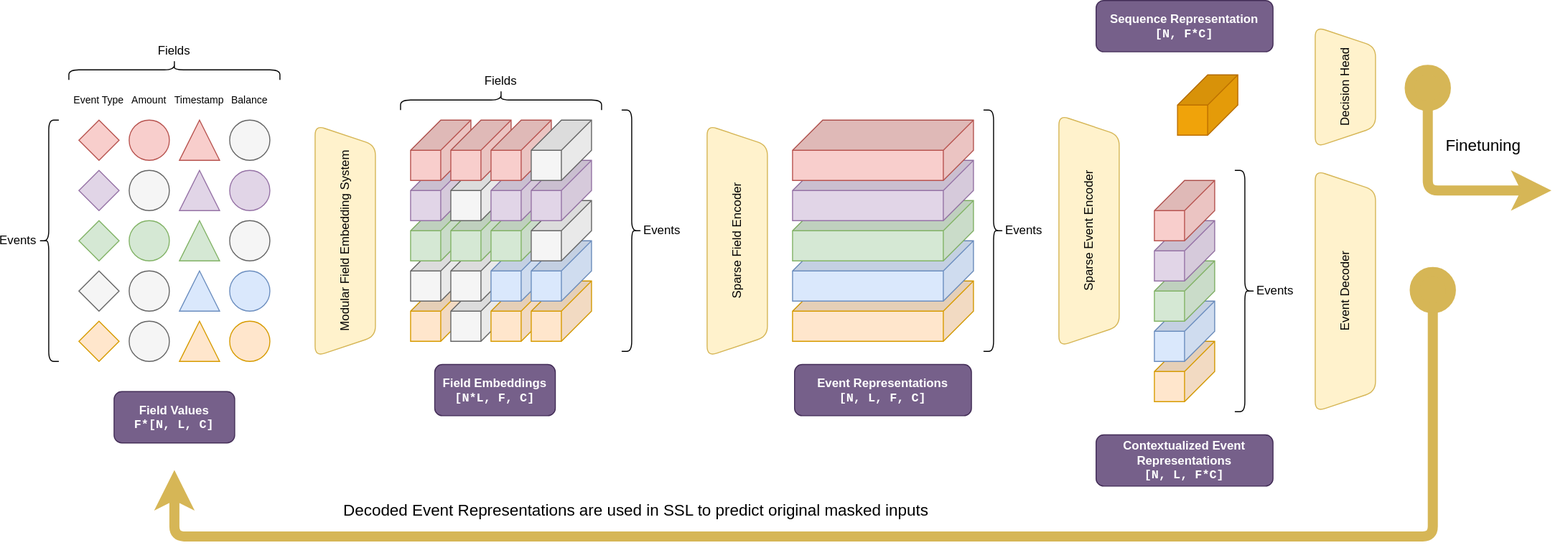
Earlier version of the draw.io export docs/diagrams/architecture.drawio.svg (granthamtaylor/windmark). Source tidied: cells renumbered, new cells last; positions are measured from the earlier drawing's top-left corner, leaving out a move shared by most shapes.
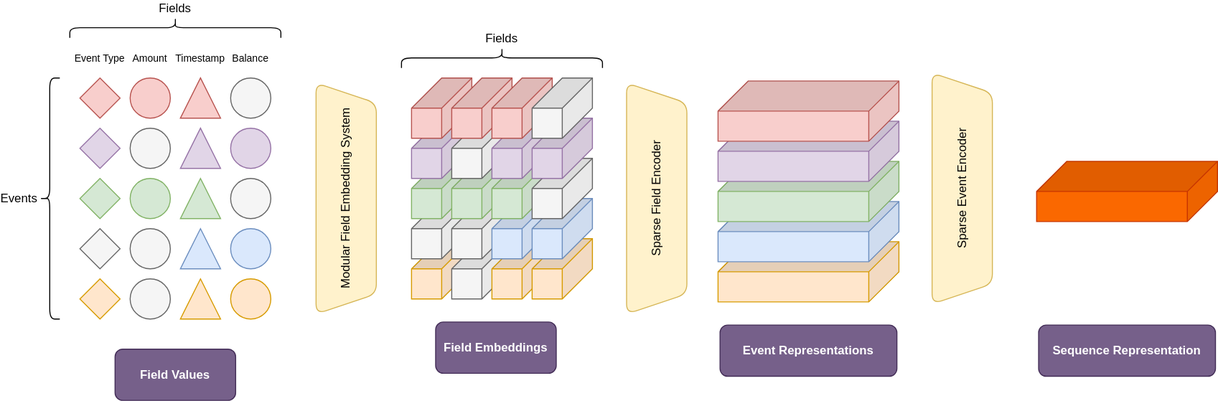
Later version of the same file.

The edit, as a diff of the source:
```diff
@@ -126,35 +126,26 @@
       <mxGeometry x="490" y="119" width="60" height="60" as="geometry" />
     </mxCell>
     <mxCell id="43" value="Sparse Field Encoder" style="shape=trapezoid;perimeter=trapezoidPerimeter;whiteSpace=wrap;html=1;fixedSize=1;rounded=1;flipH=0;flipV=1;fillColor=#fff2cc;strokeColor=#d6b656;rotation=-90;" parent="1" vertex="1">
-      <mxGeometry x="580" y="209" width="230" height="60" as="geometry" />
+      <mxGeometry x="499" y="209" width="230" height="60" as="geometry" />
     </mxCell>
     <mxCell id="44" style="shape=cube;whiteSpace=wrap;html=1;boundedLbl=1;backgroundOutline=1;darkOpacity=0.05;darkOpacity2=0.1;rounded=1;rotation=90;size=30;fillColor=#ffe6cc;strokeColor=#d79b00;" parent="1" vertex="1">
-      <mxGeometry x="810" y="219" width="60" height="180" as="geometry" />
+      <mxGeometry x="735" y="222" width="60" height="180" as="geometry" />
     </mxCell>
     <mxCell id="45" style="shape=cube;whiteSpace=wrap;html=1;boundedLbl=1;backgroundOutline=1;darkOpacity=0.05;darkOpacity2=0.1;rounded=1;rotation=90;size=30;fillColor=#dae8fc;strokeColor=#6c8ebf;" parent="1" vertex="1">
-      <mxGeometry x="810" y="179" width="60" height="180" as="geometry" />
+      <mxGeometry x="735" y="182" width="60" height="180" as="geometry" />
     </mxCell>
     <mxCell id="46" style="shape=cube;whiteSpace=wrap;html=1;boundedLbl=1;backgroundOutline=1;darkOpacity=0.05;darkOpacity2=0.1;rounded=1;rotation=90;size=30;fillColor=#d5e8d4;strokeColor=#82b366;" parent="1" vertex="1">
-      <mxGeometry x="810" y="139" width="60" height="180" as="geometry" />
+      <mxGeometry x="735" y="142" width="60" height="180" as="geometry" />
     </mxCell>
     <mxCell id="47" style="shape=cube;whiteSpace=wrap;html=1;boundedLbl=1;backgroundOutline=1;darkOpacity=0.05;darkOpacity2=0.1;rounded=1;rotation=90;size=30;fillColor=#e1d5e7;strokeColor=#9673a6;" parent="1" vertex="1">
-      <mxGeometry x="810" y="99" width="60" height="180" as="geometry" />
+      <mxGeometry x="735" y="102" width="60" height="180" as="geometry" />
     </mxCell>
     <mxCell id="48" style="shape=cube;whiteSpace=wrap;html=1;boundedLbl=1;backgroundOutline=1;darkOpacity=0.05;darkOpacity2=0.1;rounded=1;rotation=90;size=30;fillColor=#f8cecc;strokeColor=#b85450;" parent="1" vertex="1">
-      <mxGeometry x="810" y="59" width="60" height="180" as="geometry" />
+      <mxGeometry x="735" y="62" width="60" height="180" as="geometry" />
     </mxCell>
     <mxCell id="49" value="Sparse Event Encoder" style="shape=trapezoid;perimeter=trapezoidPerimeter;whiteSpace=wrap;html=1;fixedSize=1;rounded=1;flipH=0;flipV=1;fillColor=#fff2cc;strokeColor=#d6b656;rotation=-90;" parent="1" vertex="1">
-      <mxGeometry x="930" y="199" width="230" height="60" as="geometry" />
+      <mxGeometry x="803" y="199" width="230" height="60" as="geometry" />
     </mxCell>
-    <mxCell id="50" style="shape=cube;whiteSpace=wrap;html=1;boundedLbl=1;backgroundOutline=1;darkOpacity=0.05;darkOpacity2=0.1;rounded=1;rotation=90;size=30;fillColor=#f0a30a;strokeColor=#BD7000;fontColor=#000000;" parent="1" vertex="1">
-      <mxGeometry x="1133" y="74" width="60" height="60" as="geometry" />
-    </mxCell>
-    <mxCell id="51" value="Event Decoder" style="shape=trapezoid;perimeter=trapezoidPerimeter;whiteSpace=wrap;html=1;fixedSize=1;rounded=1;flipH=0;flipV=1;fillColor=#fff2cc;strokeColor=#d6b656;rotation=-90;" parent="1" vertex="1">
-      <mxGeometry x="1180" y="259" width="240" height="60" as="geometry" />
-    </mxCell>
-    <mxCell id="52" value="Decision Head" style="shape=trapezoid;perimeter=trapezoidPerimeter;whiteSpace=wrap;html=1;fixedSize=1;rounded=1;flipH=0;flipV=1;fillColor=#fff2cc;strokeColor=#d6b656;rotation=-90;" parent="1" vertex="1">
-      <mxGeometry x="1240" y="56" width="120" height="60" as="geometry" />
-    </mxCell>
     <mxCell id="53" value="Events" style="shape=curlyBracket;whiteSpace=wrap;html=1;rounded=1;flipH=0;labelPosition=left;verticalLabelPosition=middle;align=right;verticalAlign=middle;" parent="1" vertex="1">
       <mxGeometry y="119" width="20" height="240" as="geometry" />
     </mxCell>
@@ -173,75 +164,23 @@
     <mxCell id="58" value="Balance" style="text;strokeColor=none;align=center;fillColor=none;html=1;verticalAlign=middle;whiteSpace=wrap;rounded=0;rotation=0;fontSize=10;" parent="1" vertex="1">
       <mxGeometry x="175" y="89" width="70" height="20" as="geometry" />
     </mxCell>
-    <mxCell id="59" value="Events" style="shape=curlyBracket;whiteSpace=wrap;html=1;rounded=1;flipH=1;labelPosition=right;verticalLabelPosition=middle;align=left;verticalAlign=middle;" parent="1" vertex="1">
-      <mxGeometry x="580" y="109" width="20" height="240" as="geometry" />
-    </mxCell>
     <mxCell id="60" value="Fields" style="shape=curlyBracket;whiteSpace=wrap;html=1;rounded=1;flipH=1;labelPosition=center;verticalLabelPosition=top;align=center;verticalAlign=bottom;direction=south;" parent="1" vertex="1">
       <mxGeometry x="360" y="89" width="200" height="20" as="geometry" />
     </mxCell>
-    <mxCell id="61" style="shape=cube;whiteSpace=wrap;html=1;boundedLbl=1;backgroundOutline=1;darkOpacity=0.05;darkOpacity2=0.1;rounded=1;rotation=90;size=30;fillColor=#ffe6cc;strokeColor=#d79b00;" parent="1" vertex="1">
-      <mxGeometry x="1110" y="339" width="60" height="60" as="geometry" />
-    </mxCell>
-    <mxCell id="62" style="shape=cube;whiteSpace=wrap;html=1;boundedLbl=1;backgroundOutline=1;darkOpacity=0.05;darkOpacity2=0.1;rounded=1;rotation=90;size=30;fillColor=#dae8fc;strokeColor=#6c8ebf;" parent="1" vertex="1">
-      <mxGeometry x="1110" y="299" width="60" height="60" as="geometry" />
-    </mxCell>
-    <mxCell id="63" style="shape=cube;whiteSpace=wrap;html=1;boundedLbl=1;backgroundOutline=1;darkOpacity=0.05;darkOpacity2=0.1;rounded=1;rotation=90;size=30;fillColor=#d5e8d4;strokeColor=#82b366;" parent="1" vertex="1">
-      <mxGeometry x="1110" y="259" width="60" height="60" as="geometry" />
-    </mxCell>
-    <mxCell id="64" style="shape=cube;whiteSpace=wrap;html=1;boundedLbl=1;backgroundOutline=1;darkOpacity=0.05;darkOpacity2=0.1;rounded=1;rotation=90;size=30;fillColor=#e1d5e7;strokeColor=#9673a6;" parent="1" vertex="1">
-      <mxGeometry x="1110" y="219" width="60" height="60" as="geometry" />
-    </mxCell>
-    <mxCell id="65" style="shape=cube;whiteSpace=wrap;html=1;boundedLbl=1;backgroundOutline=1;darkOpacity=0.05;darkOpacity2=0.1;rounded=1;rotation=90;size=30;fillColor=#f8cecc;strokeColor=#b85450;" parent="1" vertex="1">
-      <mxGeometry x="1110" y="179" width="60" height="60" as="geometry" />
-    </mxCell>
-    <mxCell id="66" value="Events" style="shape=curlyBracket;whiteSpace=wrap;html=1;rounded=1;flipH=1;labelPosition=right;verticalLabelPosition=middle;align=left;verticalAlign=middle;" parent="1" vertex="1">
-      <mxGeometry x="940" y="109" width="20" height="240" as="geometry" />
-    </mxCell>
-    <mxCell id="67" value="Events" style="shape=curlyBracket;whiteSpace=wrap;html=1;rounded=1;flipH=1;labelPosition=right;verticalLabelPosition=middle;align=left;verticalAlign=middle;" parent="1" vertex="1">
-      <mxGeometry x="1190" y="169" width="20" height="240" as="geometry" />
-    </mxCell>
-    <mxCell id="68" style="edgeStyle=elbowEdgeStyle;elbow=vertical;endArrow=classic;html=1;rounded=1;endSize=8;startSize=8;fontFamily=Times New Roman;fontSize=64;startArrow=circle;startFill=1;strokeWidth=10;fillColor=#fff2cc;strokeColor=#d6b656;" parent="1" edge="1">
-      <mxGeometry relative="1" as="geometry">
-        <mxPoint x="1387" y="260" as="sourcePoint" />
-        <mxPoint x="135" y="467" as="targetPoint" />
-        <Array as="points">
-          <mxPoint x="763" y="533" />
-        </Array>
-      </mxGeometry>
-    </mxCell>
-    <mxCell id="69" value="Decoded Event Representations are used in SSL to predict original masked inputs" style="edgeLabel;html=1;align=center;verticalAlign=bottom;fontSize=16;fontFamily=Helvetica;labelPosition=center;verticalLabelPosition=top;" parent="68" vertex="1">
-      <mxGeometry x="0.02" y="-1" relative="1" as="geometry">
-        <mxPoint x="-254" y="-14" as="offset" />
-      </mxGeometry>
-    </mxCell>
-    <mxCell id="70" value="Field Embeddings&lt;br&gt;&lt;font face=&quot;Courier New&quot;&gt;[N*L, F, C]&lt;/font&gt;" style="whiteSpace=wrap;html=1;fontStyle=1;rounded=1;fillColor=#76608a;fontColor=#ffffff;strokeColor=#432D57;" parent="1" vertex="1">
+    <mxCell id="70" value="Field Embeddings" style="whiteSpace=wrap;html=1;fontStyle=1;rounded=1;fillColor=#76608a;fontColor=#ffffff;strokeColor=#432D57;" parent="1" vertex="1">
       <mxGeometry x="394" y="362" width="120" height="51" as="geometry" />
     </mxCell>
-    <mxCell id="71" value="Event Representations&lt;br&gt;&lt;font face=&quot;Courier New&quot;&gt;[N, L, F, C]&lt;/font&gt;" style="whiteSpace=wrap;html=1;fontStyle=1;rounded=1;fillColor=#76608a;fontColor=#ffffff;strokeColor=#432D57;" parent="1" vertex="1">
-      <mxGeometry x="752" y="362" width="176" height="51" as="geometry" />
+    <mxCell id="71" value="Event Representations" style="whiteSpace=wrap;html=1;fontStyle=1;rounded=1;fillColor=#76608a;fontColor=#ffffff;strokeColor=#432D57;" parent="1" vertex="1">
+      <mxGeometry x="677" y="365" width="176" height="51" as="geometry" />
     </mxCell>
-    <mxCell id="72" value="Contextualized Event Representations&lt;br&gt;&lt;font face=&quot;Courier New&quot;&gt;[N, L, F*C]&lt;/font&gt;" style="whiteSpace=wrap;html=1;fontStyle=1;rounded=1;fillColor=#76608a;fontColor=#ffffff;strokeColor=#432D57;" parent="1" vertex="1">
-      <mxGeometry x="1052" y="432" width="176" height="51" as="geometry" />
-    </mxCell>
-    <mxCell id="73" value="Sequence Representation&lt;br&gt;&lt;font face=&quot;Courier New&quot;&gt;[N, F*C]&lt;/font&gt;" style="whiteSpace=wrap;html=1;fontStyle=1;rounded=1;fillColor=#76608a;fontColor=#ffffff;strokeColor=#432D57;" parent="1" vertex="1">
-      <mxGeometry x="1052" width="176" height="51" as="geometry" />
+    <mxCell id="73" value="Sequence Representation" style="whiteSpace=wrap;html=1;fontStyle=1;rounded=1;fillColor=#76608a;fontColor=#ffffff;strokeColor=#432D57;" parent="1" vertex="1">
+      <mxGeometry x="994" y="365" width="176" height="51" as="geometry" />
     </mxCell>
-    <mxCell id="74" value="Field Values&lt;br&gt;&lt;font face=&quot;Courier New&quot;&gt;F*[N, L, C]&lt;/font&gt;" style="whiteSpace=wrap;html=1;fontStyle=1;rounded=1;fillColor=#76608a;fontColor=#ffffff;strokeColor=#432D57;" parent="1" vertex="1">
+    <mxCell id="74" value="Field Values" style="whiteSpace=wrap;html=1;fontStyle=1;rounded=1;fillColor=#76608a;fontColor=#ffffff;strokeColor=#432D57;" parent="1" vertex="1">
       <mxGeometry x="75" y="389" width="120" height="51" as="geometry" />
     </mxCell>
-    <mxCell id="75" style="edgeStyle=orthogonalEdgeStyle;elbow=vertical;endArrow=classic;html=1;rounded=1;endSize=8;startSize=8;fontFamily=Times New Roman;fontSize=64;startArrow=circle;startFill=1;strokeWidth=10;fillColor=#fff2cc;strokeColor=#d6b656;" parent="1" edge="1">
-      <mxGeometry relative="1" as="geometry">
-        <mxPoint x="1382" y="59" as="sourcePoint" />
-        <mxPoint x="1505" y="189" as="targetPoint" />
-        <Array as="points">
-          <mxPoint x="1382" y="189" />
-        </Array>
-      </mxGeometry>
-    </mxCell>
-    <mxCell id="76" value="&lt;font style=&quot;font-size: 16px;&quot; face=&quot;Helvetica&quot;&gt;Finetuning&lt;/font&gt;" style="edgeLabel;html=1;align=center;verticalAlign=middle;fontSize=12;fontFamily=Courier New;" parent="75" vertex="1">
-      <mxGeometry x="0.17" y="7" relative="1" as="geometry">
-        <mxPoint x="37" y="-39" as="offset" />
-      </mxGeometry>
+    <mxCell id="76" style="shape=cube;whiteSpace=wrap;html=1;boundedLbl=1;backgroundOutline=1;darkOpacity=0.05;darkOpacity2=0.1;rounded=1;rotation=90;size=30;fillColor=#fa6800;strokeColor=#C73500;fontColor=#000000;" parent="1" vertex="1">
+      <mxGeometry x="1052" y="142" width="60" height="180" as="geometry" />
     </mxCell>
   </root>
 </mxGraphModel>
```
